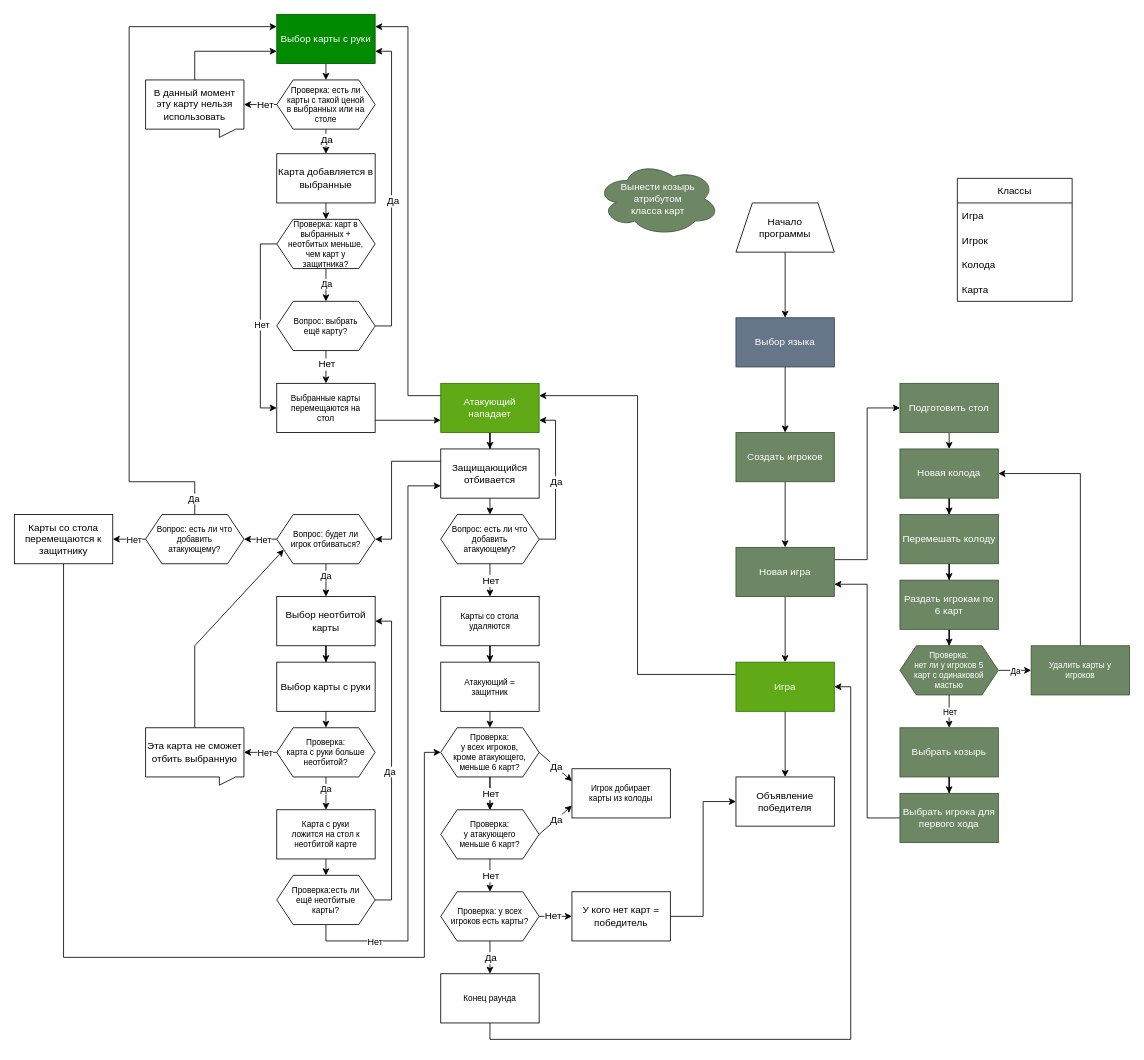
JxSol/Durak keeps this draw.io diagram as Diagram.drawio. Above is the earlier version. Source tidied: cells renumbered, new cells numbered last; positions are measured from the earlier drawing's top-left corner, leaving out a move shared by most shapes. Both pictures are drawn from the tidied source at 82%, with x=0, y=0 at pixel (14, 14).
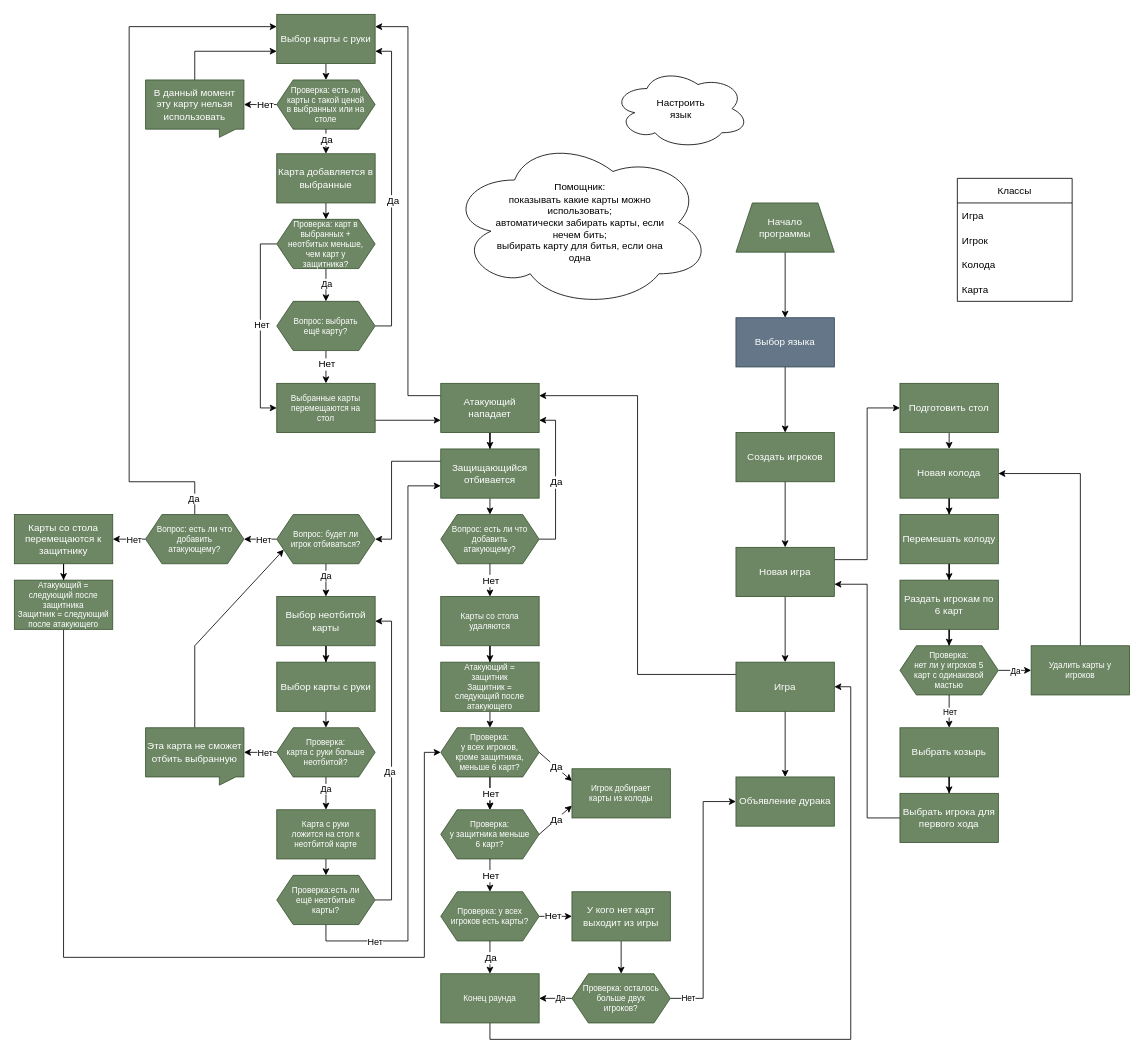
Above is the later version.

Change to the diagram source:
```diff
@@
-    <mxCell id="3" value="Начало &lt;br&gt;программы" style="shape=trapezoid;perimeter=trapezoidPerimeter;whiteSpace=wrap;html=1;fixedSize=1;" parent="1" vertex="1">
+    <mxCell id="3" value="Начало &lt;br&gt;программы" style="shape=trapezoid;perimeter=trapezoidPerimeter;whiteSpace=wrap;html=1;fixedSize=1;fillColor=#6d8764;fontColor=#ffffff;strokeColor=#3A5431;" parent="1" vertex="1">
       <mxGeometry x="880" y="230" width="120" height="60" as="geometry" />
     </mxCell>
@@
-    <mxCell id="32" value="Игра" style="whiteSpace=wrap;html=1;fillColor=#60a917;fontColor=#ffffff;strokeColor=#2D7600;" parent="1" vertex="1">
+    <mxCell id="32" value="Игра" style="whiteSpace=wrap;html=1;fillColor=#6d8764;fontColor=#ffffff;strokeColor=#3A5431;" parent="1" vertex="1">
       <mxGeometry x="880" y="790" width="120" height="60" as="geometry" />
     </mxCell>
@@
-    <mxCell id="35" value="Атакующий нападает" style="rounded=0;whiteSpace=wrap;html=1;fontSize=12;fillColor=#60a917;fontColor=#ffffff;strokeColor=#2D7600;" parent="1" vertex="1">
+    <mxCell id="35" value="Атакующий нападает" style="rounded=0;whiteSpace=wrap;html=1;fontSize=12;fillColor=#6d8764;fontColor=#ffffff;strokeColor=#3A5431;" parent="1" vertex="1">
       <mxGeometry x="520" y="450" width="120" height="60" as="geometry" />
     </mxCell>
@@
-    <mxCell id="38" value="Защищающийся отбивается" style="rounded=0;whiteSpace=wrap;html=1;fontSize=12;" parent="1" vertex="1">
+    <mxCell id="38" value="Защищающийся отбивается" style="rounded=0;whiteSpace=wrap;html=1;fontSize=12;fillColor=#6d8764;fontColor=#ffffff;strokeColor=#3A5431;" parent="1" vertex="1">
       <mxGeometry x="520" y="530" width="120" height="60" as="geometry" />
     </mxCell>
@@
-    <mxCell id="41" value="Вопрос: есть ли что добавить атакующему?" style="shape=hexagon;perimeter=hexagonPerimeter2;whiteSpace=wrap;html=1;fixedSize=1;fontSize=10;spacing=2;spacingLeft=10;spacingRight=10;" parent="1" vertex="1">
+    <mxCell id="41" value="Вопрос: есть ли что добавить атакующему?" style="shape=hexagon;perimeter=hexagonPerimeter2;whiteSpace=wrap;html=1;fixedSize=1;fontSize=10;spacing=2;spacingLeft=10;spacingRight=10;fillColor=#6d8764;fontColor=#ffffff;strokeColor=#3A5431;" parent="1" vertex="1">
       <mxGeometry x="520" y="610" width="120" height="60" as="geometry" />
     </mxCell>
@@
-    <mxCell id="43" value="Карты со стола удаляются" style="whiteSpace=wrap;html=1;fontSize=10;spacing=2;spacingLeft=10;spacingRight=10;" parent="1" vertex="1">
+    <mxCell id="43" value="Карты со стола удаляются" style="whiteSpace=wrap;html=1;fontSize=10;spacing=2;spacingLeft=10;spacingRight=10;fillColor=#6d8764;fontColor=#ffffff;strokeColor=#3A5431;" parent="1" vertex="1">
       <mxGeometry x="520" y="710" width="120" height="60" as="geometry" />
     </mxCell>
@@
-    <mxCell id="47" value="&lt;div&gt;Проверка:&lt;/div&gt;&lt;div&gt;у всех игроков, кроме атакующего, меньше 6 карт?&lt;br&gt;&lt;/div&gt;" style="shape=hexagon;perimeter=hexagonPerimeter2;whiteSpace=wrap;html=1;fixedSize=1;fontSize=10;spacing=2;spacingLeft=10;spacingRight=10;" parent="1" vertex="1">
+    <mxCell id="47" value="&lt;div&gt;Проверка:&lt;/div&gt;&lt;div&gt;у всех игроков, кроме защитника, меньше 6 карт?&lt;br&gt;&lt;/div&gt;" style="shape=hexagon;perimeter=hexagonPerimeter2;whiteSpace=wrap;html=1;fixedSize=1;fontSize=10;spacing=2;spacingLeft=10;spacingRight=10;fillColor=#6d8764;fontColor=#ffffff;strokeColor=#3A5431;" parent="1" vertex="1">
       <mxGeometry x="520" y="870" width="120" height="60" as="geometry" />
     </mxCell>
-    <mxCell id="48" value="&lt;div&gt;Проверка:&lt;/div&gt;&lt;div&gt;у атакующего меньше 6 карт?&lt;br&gt;&lt;/div&gt;" style="shape=hexagon;perimeter=hexagonPerimeter2;whiteSpace=wrap;html=1;fixedSize=1;fontSize=10;spacing=2;spacingLeft=10;spacingRight=10;" parent="1" vertex="1">
+    <mxCell id="48" value="&lt;div&gt;Проверка:&lt;/div&gt;&lt;div&gt;у защитника меньше 6 карт?&lt;br&gt;&lt;/div&gt;" style="shape=hexagon;perimeter=hexagonPerimeter2;whiteSpace=wrap;html=1;fixedSize=1;fontSize=10;spacing=2;spacingLeft=10;spacingRight=10;fillColor=#6d8764;fontColor=#ffffff;strokeColor=#3A5431;" parent="1" vertex="1">
       <mxGeometry x="520" y="970" width="120" height="60" as="geometry" />
     </mxCell>
@@
-    <mxCell id="51" value="Игрок добирает карты из колоды" style="whiteSpace=wrap;html=1;fontSize=10;spacing=2;spacingLeft=10;spacingRight=10;" parent="1" vertex="1">
+    <mxCell id="51" value="Игрок добирает карты из колоды" style="whiteSpace=wrap;html=1;fontSize=10;spacing=2;spacingLeft=10;spacingRight=10;fillColor=#6d8764;fontColor=#ffffff;strokeColor=#3A5431;" parent="1" vertex="1">
       <mxGeometry x="680" y="920" width="120" height="60" as="geometry" />
     </mxCell>
@@
-    <mxCell id="60" value="&lt;div&gt;Проверка: у всех игроков есть карты?&lt;br&gt;&lt;/div&gt;" style="shape=hexagon;perimeter=hexagonPerimeter2;whiteSpace=wrap;html=1;fixedSize=1;fontSize=10;spacing=2;spacingLeft=10;spacingRight=10;" parent="1" vertex="1">
+    <mxCell id="60" value="&lt;div&gt;Проверка: у всех игроков есть карты?&lt;br&gt;&lt;/div&gt;" style="shape=hexagon;perimeter=hexagonPerimeter2;whiteSpace=wrap;html=1;fixedSize=1;fontSize=10;spacing=2;spacingLeft=10;spacingRight=10;fillColor=#6d8764;fontColor=#ffffff;strokeColor=#3A5431;" parent="1" vertex="1">
       <mxGeometry x="520" y="1070" width="120" height="60" as="geometry" />
     </mxCell>
@@
-    <mxCell id="64" value="Конец раунда" style="whiteSpace=wrap;html=1;fontSize=10;spacing=2;spacingLeft=10;spacingRight=10;" parent="1" vertex="1">
+    <mxCell id="64" value="Конец раунда" style="whiteSpace=wrap;html=1;fontSize=10;spacing=2;spacingLeft=10;spacingRight=10;fillColor=#6d8764;fontColor=#ffffff;strokeColor=#3A5431;" parent="1" vertex="1">
       <mxGeometry x="520" y="1170" width="120" height="60" as="geometry" />
     </mxCell>
-    <mxCell id="65" value="Объявление победителя" style="whiteSpace=wrap;html=1;" parent="1" vertex="1">
+    <mxCell id="65" value="Объявление дурака" style="whiteSpace=wrap;html=1;fillColor=#6d8764;fontColor=#ffffff;strokeColor=#3A5431;" parent="1" vertex="1">
       <mxGeometry x="880" y="930" width="120" height="60" as="geometry" />
     </mxCell>
-    <mxCell id="66" style="edgeStyle=orthogonalEdgeStyle;rounded=0;jettySize=auto;html=1;exitX=1;exitY=0.5;exitDx=0;exitDy=0;entryX=0;entryY=0.5;entryDx=0;entryDy=0;fontSize=12;strokeColor=default;" parent="1" edge="1" source="67" target="65">
-      <mxGeometry relative="1" as="geometry" />
-    </mxCell>
+    <mxCell id="129" style="edgeStyle=orthogonalEdgeStyle;rounded=0;jettySize=auto;html=1;exitX=0.5;exitY=1;exitDx=0;exitDy=0;entryX=0.5;entryY=0;entryDx=0;entryDy=0;fontSize=10;" parent="1" edge="1" source="67" target="137">
+      <mxGeometry relative="1" as="geometry" />
+    </mxCell>
-    <mxCell id="67" value="У кого нет карт = победитель" style="whiteSpace=wrap;html=1;" parent="1" vertex="1">
+    <mxCell id="67" value="У кого нет карт выходит из игры" style="whiteSpace=wrap;html=1;fillColor=#6d8764;fontColor=#ffffff;strokeColor=#3A5431;" parent="1" vertex="1">
       <mxGeometry x="680" y="1070" width="120" height="60" as="geometry" />
     </mxCell>
@@
-    <mxCell id="69" value="Выбор карты с руки" style="rounded=0;whiteSpace=wrap;html=1;fontSize=12;fillColor=#008a00;fontColor=#ffffff;strokeColor=#005700;" parent="1" vertex="1">
+    <mxCell id="69" value="Выбор карты с руки" style="rounded=0;whiteSpace=wrap;html=1;fontSize=12;fillColor=#6d8764;fontColor=#ffffff;strokeColor=#3A5431;" parent="1" vertex="1">
       <mxGeometry x="320" width="120" height="60" as="geometry" />
     </mxCell>
@@
-    <mxCell id="72" value="&lt;div&gt;Проверка: есть ли карты с такой ценой в выбранных или на столе&lt;br&gt;&lt;/div&gt;" style="shape=hexagon;perimeter=hexagonPerimeter2;whiteSpace=wrap;html=1;fixedSize=1;fontSize=10;spacing=2;spacingLeft=10;spacingRight=10;" parent="1" vertex="1">
+    <mxCell id="72" value="&lt;div&gt;Проверка: есть ли карты с такой ценой в выбранных или на столе&lt;br&gt;&lt;/div&gt;" style="shape=hexagon;perimeter=hexagonPerimeter2;whiteSpace=wrap;html=1;fixedSize=1;fontSize=10;spacing=2;spacingLeft=10;spacingRight=10;fillColor=#6d8764;fontColor=#ffffff;strokeColor=#3A5431;" parent="1" vertex="1">
       <mxGeometry x="320" y="80" width="120" height="60" as="geometry" />
     </mxCell>
@@
-    <mxCell id="76" value="Карта добавляется в выбранные" style="rounded=0;whiteSpace=wrap;html=1;fontSize=12;" parent="1" vertex="1">
+    <mxCell id="76" value="Карта добавляется в выбранные" style="rounded=0;whiteSpace=wrap;html=1;fontSize=12;fillColor=#6d8764;fontColor=#ffffff;strokeColor=#3A5431;" parent="1" vertex="1">
       <mxGeometry x="320" y="170" width="120" height="60" as="geometry" />
     </mxCell>
@@
-    <mxCell id="78" value="В данный момент эту карту нельзя использовать" style="shape=callout;whiteSpace=wrap;html=1;perimeter=calloutPerimeter;fontSize=12;position2=0.75;size=10;position=0.75;base=20;" parent="1" vertex="1">
+    <mxCell id="78" value="В данный момент эту карту нельзя использовать" style="shape=callout;whiteSpace=wrap;html=1;perimeter=calloutPerimeter;fontSize=12;position2=0.75;size=10;position=0.75;base=20;fillColor=#6d8764;fontColor=#ffffff;strokeColor=#3A5431;" parent="1" vertex="1">
       <mxGeometry x="160" y="80" width="120" height="70" as="geometry" />
     </mxCell>
@@
-    <mxCell id="83" value="Вопрос: выбрать ещё карту?" style="shape=hexagon;perimeter=hexagonPerimeter2;whiteSpace=wrap;html=1;fixedSize=1;fontSize=10;spacing=2;spacingLeft=10;spacingRight=10;" parent="1" vertex="1">
+    <mxCell id="83" value="Вопрос: выбрать ещё карту?" style="shape=hexagon;perimeter=hexagonPerimeter2;whiteSpace=wrap;html=1;fixedSize=1;fontSize=10;spacing=2;spacingLeft=10;spacingRight=10;fillColor=#6d8764;fontColor=#ffffff;strokeColor=#3A5431;" parent="1" vertex="1">
       <mxGeometry x="320" y="350" width="120" height="60" as="geometry" />
     </mxCell>
@@
-    <mxCell id="85" value="Выбранные карты перемещаются на стол" style="whiteSpace=wrap;html=1;fontSize=10;spacing=2;spacingLeft=10;spacingRight=10;" parent="1" vertex="1">
+    <mxCell id="85" value="Выбранные карты перемещаются на стол" style="whiteSpace=wrap;html=1;fontSize=10;spacing=2;spacingLeft=10;spacingRight=10;fillColor=#6d8764;fontColor=#ffffff;strokeColor=#3A5431;" parent="1" vertex="1">
       <mxGeometry x="320" y="450" width="120" height="60" as="geometry" />
     </mxCell>
@@
-    <mxCell id="87" value="Выбор неотбитой карты" style="rounded=0;whiteSpace=wrap;html=1;" parent="1" vertex="1">
+    <mxCell id="87" value="Выбор неотбитой карты" style="rounded=0;whiteSpace=wrap;html=1;fillColor=#6d8764;fontColor=#ffffff;strokeColor=#3A5431;" parent="1" vertex="1">
       <mxGeometry x="320" y="710" width="120" height="60" as="geometry" />
     </mxCell>
@@
-    <mxCell id="92" value="Проверка: карт в выбранных + неотбитых меньше, чем карт у защитника?" style="shape=hexagon;perimeter=hexagonPerimeter2;whiteSpace=wrap;html=1;fixedSize=1;fontSize=10;spacing=2;spacingLeft=10;spacingRight=10;" parent="1" vertex="1">
+    <mxCell id="92" value="Проверка: карт в выбранных + неотбитых меньше, чем карт у защитника?" style="shape=hexagon;perimeter=hexagonPerimeter2;whiteSpace=wrap;html=1;fixedSize=1;fontSize=10;spacing=2;spacingLeft=10;spacingRight=10;fillColor=#6d8764;fontColor=#ffffff;strokeColor=#3A5431;" parent="1" vertex="1">
       <mxGeometry x="320" y="250" width="120" height="60" as="geometry" />
     </mxCell>
@@
-    <mxCell id="94" value="Выбор карты с руки" style="rounded=0;whiteSpace=wrap;html=1;" parent="1" vertex="1">
+    <mxCell id="94" value="Выбор карты с руки" style="rounded=0;whiteSpace=wrap;html=1;fillColor=#6d8764;fontColor=#ffffff;strokeColor=#3A5431;" parent="1" vertex="1">
       <mxGeometry x="320" y="790" width="120" height="60" as="geometry" />
     </mxCell>
@@
-    <mxCell id="99" value="&lt;div&gt;Проверка:&lt;/div&gt;&lt;div&gt;карта с руки больше неотбитой?&lt;br&gt;&lt;/div&gt;" style="shape=hexagon;perimeter=hexagonPerimeter2;whiteSpace=wrap;html=1;fixedSize=1;fontSize=10;spacing=2;spacingLeft=10;spacingRight=10;" parent="1" vertex="1">
+    <mxCell id="99" value="&lt;div&gt;Проверка:&lt;/div&gt;&lt;div&gt;карта с руки больше неотбитой?&lt;br&gt;&lt;/div&gt;" style="shape=hexagon;perimeter=hexagonPerimeter2;whiteSpace=wrap;html=1;fixedSize=1;fontSize=10;spacing=2;spacingLeft=10;spacingRight=10;fillColor=#6d8764;fontColor=#ffffff;strokeColor=#3A5431;" parent="1" vertex="1">
       <mxGeometry x="320" y="870" width="120" height="60" as="geometry" />
     </mxCell>
@@
-    <mxCell id="101" value="Эта карта не сможет отбить выбранную" style="shape=callout;whiteSpace=wrap;html=1;perimeter=calloutPerimeter;fontSize=12;position2=0.75;size=10;position=0.75;base=20;" parent="1" vertex="1">
+    <mxCell id="101" value="Эта карта не сможет отбить выбранную" style="shape=callout;whiteSpace=wrap;html=1;perimeter=calloutPerimeter;fontSize=12;position2=0.75;size=10;position=0.75;base=20;fillColor=#6d8764;fontColor=#ffffff;strokeColor=#3A5431;" parent="1" vertex="1">
       <mxGeometry x="160" y="870" width="120" height="70" as="geometry" />
     </mxCell>
@@
-    <mxCell id="103" value="Карта с руки ложится на стол к неотбитой карте" style="whiteSpace=wrap;html=1;fontSize=10;spacing=2;spacingLeft=10;spacingRight=10;" parent="1" vertex="1">
+    <mxCell id="103" value="Карта с руки ложится на стол к неотбитой карте" style="whiteSpace=wrap;html=1;fontSize=10;spacing=2;spacingLeft=10;spacingRight=10;fillColor=#6d8764;fontColor=#ffffff;strokeColor=#3A5431;" parent="1" vertex="1">
       <mxGeometry x="320" y="970" width="120" height="60" as="geometry" />
     </mxCell>
@@
-    <mxCell id="108" value="&lt;div&gt;Проверка:есть ли ещё неотбитые карты?&lt;br&gt;&lt;/div&gt;" style="shape=hexagon;perimeter=hexagonPerimeter2;whiteSpace=wrap;html=1;fixedSize=1;fontSize=10;spacing=2;spacingLeft=10;spacingRight=10;" parent="1" vertex="1">
+    <mxCell id="108" value="&lt;div&gt;Проверка:есть ли ещё неотбитые карты?&lt;br&gt;&lt;/div&gt;" style="shape=hexagon;perimeter=hexagonPerimeter2;whiteSpace=wrap;html=1;fixedSize=1;fontSize=10;spacing=2;spacingLeft=10;spacingRight=10;fillColor=#6d8764;fontColor=#ffffff;strokeColor=#3A5431;" parent="1" vertex="1">
       <mxGeometry x="320" y="1050" width="120" height="60" as="geometry" />
     </mxCell>
@@
-    <mxCell id="113" value="Вопрос: будет ли игрок отбиваться?" style="shape=hexagon;perimeter=hexagonPerimeter2;whiteSpace=wrap;html=1;fixedSize=1;fontSize=10;spacing=2;spacingLeft=10;spacingRight=10;" parent="1" vertex="1">
+    <mxCell id="113" value="Вопрос: будет ли игрок отбиваться?" style="shape=hexagon;perimeter=hexagonPerimeter2;whiteSpace=wrap;html=1;fixedSize=1;fontSize=10;spacing=2;spacingLeft=10;spacingRight=10;fillColor=#6d8764;fontColor=#ffffff;strokeColor=#3A5431;" parent="1" vertex="1">
       <mxGeometry x="320" y="610" width="120" height="60" as="geometry" />
     </mxCell>
-    <mxCell id="114" style="edgeStyle=orthogonalEdgeStyle;rounded=0;jettySize=auto;html=1;exitX=0.5;exitY=1;exitDx=0;exitDy=0;entryX=0;entryY=0.5;entryDx=0;entryDy=0;" parent="1" edge="1" source="115" target="47">
-      <mxGeometry relative="1" as="geometry">
-        <Array as="points">
-          <mxPoint x="60" y="1150" />
-          <mxPoint x="500" y="1150" />
-          <mxPoint x="500" y="900" />
-        </Array>
-      </mxGeometry>
-    </mxCell>
+    <mxCell id="130" style="edgeStyle=orthogonalEdgeStyle;rounded=0;jettySize=auto;html=1;" parent="1" edge="1" source="115" target="132">
+      <mxGeometry relative="1" as="geometry" />
+    </mxCell>
-    <mxCell id="115" value="Карты со стола перемещаются к защитнику" style="rounded=0;whiteSpace=wrap;html=1;" parent="1" vertex="1">
+    <mxCell id="115" value="Карты со стола перемещаются к защитнику" style="rounded=0;whiteSpace=wrap;html=1;fillColor=#6d8764;fontColor=#ffffff;strokeColor=#3A5431;" parent="1" vertex="1">
       <mxGeometry y="610" width="120" height="60" as="geometry" />
     </mxCell>
@@
-    <mxCell id="120" value="Вопрос: есть ли что добавить атакующему?" style="shape=hexagon;perimeter=hexagonPerimeter2;whiteSpace=wrap;html=1;fixedSize=1;fontSize=10;spacing=2;spacingLeft=10;spacingRight=10;" parent="1" vertex="1">
+    <mxCell id="120" value="Вопрос: есть ли что добавить атакующему?" style="shape=hexagon;perimeter=hexagonPerimeter2;whiteSpace=wrap;html=1;fixedSize=1;fontSize=10;spacing=2;spacingLeft=10;spacingRight=10;fillColor=#6d8764;fontColor=#ffffff;strokeColor=#3A5431;" parent="1" vertex="1">
       <mxGeometry x="160" y="610" width="120" height="60" as="geometry" />
     </mxCell>
@@
-    <mxCell id="122" value="Атакующий = защитник" style="whiteSpace=wrap;html=1;fontSize=10;spacing=2;spacingLeft=10;spacingRight=10;" parent="1" vertex="1">
+    <mxCell id="122" value="&lt;div&gt;Атакующий = защитник&lt;/div&gt;&lt;div&gt;Защитник = следующий после атакующего&lt;br&gt;&lt;/div&gt;" style="whiteSpace=wrap;html=1;fontSize=10;spacing=2;spacingLeft=10;spacingRight=10;fillColor=#6d8764;fontColor=#ffffff;strokeColor=#3A5431;" parent="1" vertex="1">
       <mxGeometry x="520" y="790" width="120" height="60" as="geometry" />
     </mxCell>
@@
-    <mxCell id="128" value="&lt;div&gt;Вынести козырь атрибутом &lt;br&gt;&lt;/div&gt;&lt;div&gt;класса карт&lt;/div&gt;" style="ellipse;shape=cloud;whiteSpace=wrap;html=1;fillColor=#6d8764;fontColor=#ffffff;strokeColor=#3A5431;" parent="1" vertex="1">
-      <mxGeometry x="710" y="180" width="150" height="90" as="geometry" />
+    <mxCell id="128" value="&lt;div&gt;Помощник:&lt;/div&gt;&lt;div&gt;показывать какие карты можно использовать;&lt;/div&gt;&lt;div&gt;автоматически забирать карты, если нечем бить;&lt;/div&gt;&lt;div&gt;выбирать карту для битья, если она одна&lt;br&gt;&lt;/div&gt;" style="ellipse;shape=cloud;whiteSpace=wrap;html=1;spacing=50;" parent="1" vertex="1">
+      <mxGeometry x="530" y="150" width="320" height="208" as="geometry" />
     </mxCell>
+    <mxCell id="131" style="edgeStyle=orthogonalEdgeStyle;rounded=0;jettySize=auto;html=1;exitX=0.5;exitY=1;exitDx=0;exitDy=0;entryX=0;entryY=0.5;entryDx=0;entryDy=0;fontSize=10;" parent="1" edge="1" source="132" target="47">
+      <mxGeometry relative="1" as="geometry">
+        <Array as="points">
+          <mxPoint x="60" y="1150" />
+          <mxPoint x="500" y="1150" />
+          <mxPoint x="500" y="900" />
+        </Array>
+      </mxGeometry>
+    </mxCell>
+    <mxCell id="132" value="&lt;div style=&quot;font-size: 10px;&quot;&gt;Атакующий = следующий после защитника&lt;/div&gt;&lt;div style=&quot;font-size: 10px;&quot;&gt;Защитник = следующий после атакующего&lt;br style=&quot;font-size: 10px;&quot;&gt;&lt;/div&gt;" style="rounded=0;whiteSpace=wrap;html=1;fillColor=#6d8764;fontColor=#ffffff;strokeColor=#3A5431;fontSize=10;" parent="1" vertex="1">
+      <mxGeometry y="690" width="120" height="60" as="geometry" />
+    </mxCell>
+    <mxCell id="133" style="edgeStyle=orthogonalEdgeStyle;rounded=0;jettySize=auto;html=1;exitX=0;exitY=0.5;exitDx=0;exitDy=0;entryX=1;entryY=0.5;entryDx=0;entryDy=0;fontSize=10;" parent="1" edge="1" source="137" target="64">
+      <mxGeometry relative="1" as="geometry" />
+    </mxCell>
+    <mxCell id="134" value="Да" style="edgeLabel;html=1;align=center;verticalAlign=middle;fontSize=10;" parent="133" vertex="1">
+      <mxGeometry x="-0.24" y="-1" relative="1" as="geometry" />
+    </mxCell>
+    <mxCell id="135" style="edgeStyle=orthogonalEdgeStyle;rounded=0;jettySize=auto;html=1;exitX=1;exitY=0.5;exitDx=0;exitDy=0;entryX=0;entryY=0.5;entryDx=0;entryDy=0;fontSize=10;" parent="1" edge="1" source="137" target="65">
+      <mxGeometry relative="1" as="geometry" />
+    </mxCell>
+    <mxCell id="136" value="Нет" style="edgeLabel;html=1;align=center;verticalAlign=middle;fontSize=10;" parent="135" vertex="1">
+      <mxGeometry x="-0.84" y="1" relative="1" as="geometry">
+        <mxPoint x="-5" as="offset" />
+      </mxGeometry>
+    </mxCell>
+    <mxCell id="137" value="Проверка: осталось больше двух игроков?" style="shape=hexagon;perimeter=hexagonPerimeter2;whiteSpace=wrap;html=1;fixedSize=1;fontSize=10;spacing=2;spacingLeft=10;spacingRight=10;fillColor=#6d8764;fontColor=#ffffff;strokeColor=#3A5431;" parent="1" vertex="1">
+      <mxGeometry x="680" y="1170" width="120" height="60" as="geometry" />
+    </mxCell>
+    <mxCell id="138" value="Настроить язык" style="ellipse;shape=cloud;whiteSpace=wrap;html=1;spacing=50;" parent="1" vertex="1">
+      <mxGeometry x="730" y="66" width="166" height="98" as="geometry" />
+    </mxCell>
```
